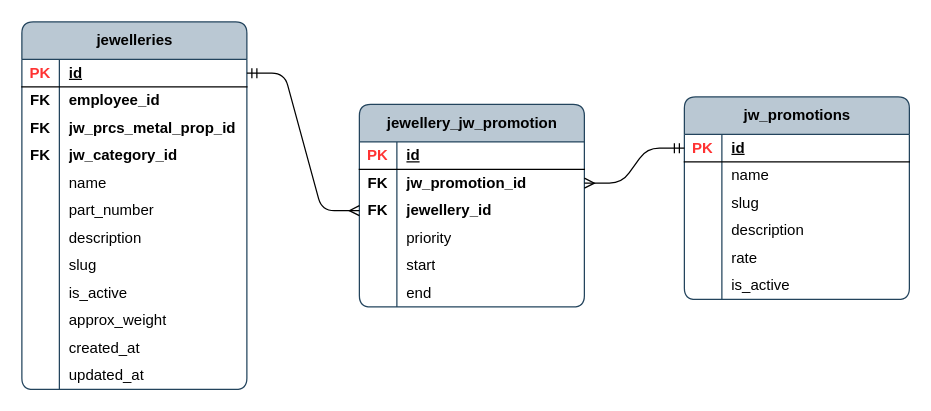
Local-development-environment/msg-brokers-publisher-consumer keeps this draw.io diagram as page "promotion" (8 of 13) of publisher/laravel-app/psql_jewellery_items.drawio. Above is the earlier version. Source tidied: cells renumbered, new cells numbered last; positions are measured from the earlier drawing's top-left corner, leaving out a move shared by most shapes. Both pictures are drawn from the tidied source at 125%, with x=0, y=0 at pixel (21, 21).
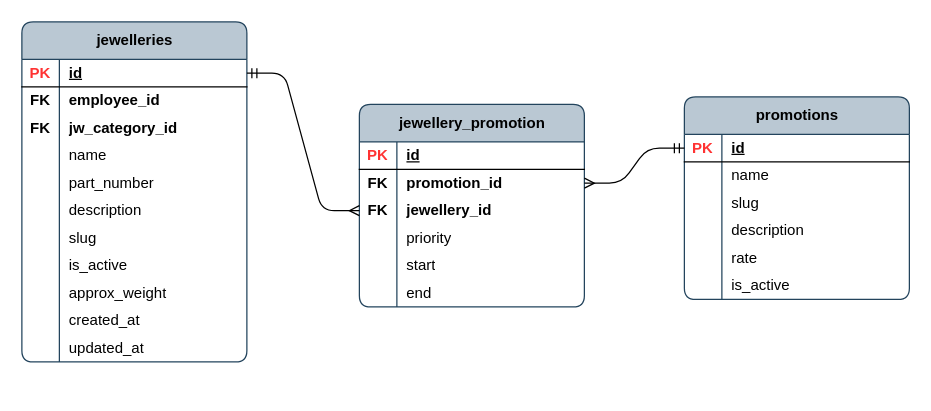
Above is the later version.

Commit message (it also covers changes not shown here):
properties schema was refactored

The change refers to these unchanged cells:
```xml
<mxCell id="43" style="shape=tableRow;horizontal=0;startSize=0;swimlaneHead=0;swimlaneBody=0;fillColor=none;points=[[0,0.5],[1,0.5]];portConstraint=eastwest;top=0;left=0;right=0;bottom=0;rounded=0;" parent="39" vertex="1">
  <mxGeometry y="52" width="180" height="22" as="geometry" />
</mxCell>
```

Diff of the diagram source:
```diff
@@
     <mxCell id="2" value="jewelleries" style="shape=table;startSize=30;childLayout=tableLayout;rowLines=0;fontStyle=1;align=center;html=1;rounded=1;swimlaneFillColor=none;fillColor=#bac8d3;strokeColor=#23445d;columnLines=1;arcSize=10;" parent="1" vertex="1">
-      <mxGeometry width="180" height="294" as="geometry" />
+      <mxGeometry width="180" height="272" as="geometry" />
     </mxCell>
@@
-    <mxCell id="9" style="shape=tableRow;horizontal=0;startSize=0;swimlaneHead=0;swimlaneBody=0;fillColor=none;top=0;left=0;right=0;bottom=0;rounded=1;" parent="2" vertex="1">
-      <mxGeometry y="74" width="180" height="22" as="geometry" />
-    </mxCell>
-    <mxCell id="10" value="&lt;b&gt;FK&lt;/b&gt;" style="shape=partialRectangle;fillColor=none;top=0;left=0;bottom=0;right=0;overflow=hidden;whiteSpace=wrap;html=1;rounded=1;" parent="9" vertex="1">
-      <mxGeometry width="30" height="22" as="geometry" />
-    </mxCell>
-    <mxCell id="11" value="&lt;span style=&quot;font-weight: 700; text-align: center; text-wrap-mode: nowrap;&quot;&gt;jw_prcs_metal_prop_id&lt;/span&gt;" style="shape=partialRectangle;fillColor=none;top=0;left=0;bottom=0;right=0;align=left;spacingLeft=6;overflow=hidden;whiteSpace=wrap;html=1;rounded=1;" parent="9" vertex="1">
-      <mxGeometry x="30" width="150" height="22" as="geometry" />
-    </mxCell>
     <mxCell id="12" style="shape=tableRow;horizontal=0;startSize=0;swimlaneHead=0;swimlaneBody=0;fillColor=none;top=0;left=0;right=0;bottom=0;rounded=1;" parent="2" vertex="1">
-      <mxGeometry y="96" width="180" height="22" as="geometry" />
+      <mxGeometry y="74" width="180" height="22" as="geometry" />
     </mxCell>
@@
     <mxCell id="15" style="shape=tableRow;horizontal=0;startSize=0;swimlaneHead=0;swimlaneBody=0;fillColor=none;top=0;left=0;right=0;bottom=0;rounded=1;" parent="2" vertex="1">
-      <mxGeometry y="118" width="180" height="22" as="geometry" />
+      <mxGeometry y="96" width="180" height="22" as="geometry" />
     </mxCell>
@@
     <mxCell id="18" style="shape=tableRow;horizontal=0;startSize=0;swimlaneHead=0;swimlaneBody=0;fillColor=none;top=0;left=0;right=0;bottom=0;rounded=1;" parent="2" vertex="1">
-      <mxGeometry y="140" width="180" height="22" as="geometry" />
+      <mxGeometry y="118" width="180" height="22" as="geometry" />
     </mxCell>
@@
     <mxCell id="21" style="shape=tableRow;horizontal=0;startSize=0;swimlaneHead=0;swimlaneBody=0;fillColor=none;top=0;left=0;right=0;bottom=0;rounded=1;" parent="2" vertex="1">
-      <mxGeometry y="162" width="180" height="22" as="geometry" />
+      <mxGeometry y="140" width="180" height="22" as="geometry" />
     </mxCell>
@@
     <mxCell id="24" style="shape=tableRow;horizontal=0;startSize=0;swimlaneHead=0;swimlaneBody=0;fillColor=none;top=0;left=0;right=0;bottom=0;rounded=1;" parent="2" vertex="1">
-      <mxGeometry y="184" width="180" height="22" as="geometry" />
+      <mxGeometry y="162" width="180" height="22" as="geometry" />
     </mxCell>
@@
     <mxCell id="27" style="shape=tableRow;horizontal=0;startSize=0;swimlaneHead=0;swimlaneBody=0;fillColor=none;top=0;left=0;right=0;bottom=0;rounded=1;" parent="2" vertex="1">
-      <mxGeometry y="206" width="180" height="22" as="geometry" />
+      <mxGeometry y="184" width="180" height="22" as="geometry" />
     </mxCell>
@@
     <mxCell id="30" style="shape=tableRow;horizontal=0;startSize=0;swimlaneHead=0;swimlaneBody=0;fillColor=none;top=0;left=0;right=0;bottom=0;rounded=1;" parent="2" vertex="1">
-      <mxGeometry y="228" width="180" height="22" as="geometry" />
+      <mxGeometry y="206" width="180" height="22" as="geometry" />
     </mxCell>
@@
     <mxCell id="33" style="shape=tableRow;horizontal=0;startSize=0;swimlaneHead=0;swimlaneBody=0;fillColor=none;top=0;left=0;right=0;bottom=0;rounded=1;" parent="2" vertex="1">
-      <mxGeometry y="250" width="180" height="22" as="geometry" />
+      <mxGeometry y="228" width="180" height="22" as="geometry" />
     </mxCell>
@@
     <mxCell id="36" style="shape=tableRow;horizontal=0;startSize=0;swimlaneHead=0;swimlaneBody=0;fillColor=none;top=0;left=0;right=0;bottom=0;rounded=1;" parent="2" vertex="1">
-      <mxGeometry y="272" width="180" height="22" as="geometry" />
+      <mxGeometry y="250" width="180" height="22" as="geometry" />
     </mxCell>
@@
-    <mxCell id="39" value="jewellery_jw_promotion" style="shape=table;startSize=30;childLayout=tableLayout;rowLines=0;fontStyle=1;align=center;html=1;rounded=1;swimlaneFillColor=none;fillColor=#bac8d3;strokeColor=#23445d;columnLines=1;arcSize=10;" parent="1" vertex="1">
+    <mxCell id="39" value="jewellery_promotion" style="shape=table;startSize=30;childLayout=tableLayout;rowLines=0;fontStyle=1;align=center;html=1;rounded=1;swimlaneFillColor=none;fillColor=#bac8d3;strokeColor=#23445d;columnLines=1;arcSize=10;" parent="1" vertex="1">
       <mxGeometry x="270" y="66" width="180" height="162" as="geometry" />
     </mxCell>
@@
-    <mxCell id="45" value="&lt;b&gt;jw_promotion_id&lt;/b&gt;" style="shape=partialRectangle;fillColor=none;top=0;left=0;bottom=0;right=0;align=left;spacingLeft=6;overflow=hidden;whiteSpace=wrap;html=1;" parent="43" vertex="1">
+    <mxCell id="45" value="&lt;b&gt;promotion_id&lt;/b&gt;" style="shape=partialRectangle;fillColor=none;top=0;left=0;bottom=0;right=0;align=left;spacingLeft=6;overflow=hidden;whiteSpace=wrap;html=1;" parent="43" vertex="1">
       <mxGeometry x="30" width="150" height="22" as="geometry" />
     </mxCell>
@@
-    <mxCell id="58" value="jw_promotions" style="shape=table;startSize=30;childLayout=tableLayout;rowLines=0;fontStyle=1;align=center;html=1;rounded=1;swimlaneFillColor=none;fillColor=#bac8d3;strokeColor=#23445d;columnLines=1;arcSize=10;" parent="1" vertex="1">
+    <mxCell id="58" value="promotions" style="shape=table;startSize=30;childLayout=tableLayout;rowLines=0;fontStyle=1;align=center;html=1;rounded=1;swimlaneFillColor=none;fillColor=#bac8d3;strokeColor=#23445d;columnLines=1;arcSize=10;" parent="1" vertex="1">
       <mxGeometry x="530" y="60" width="180" height="162" as="geometry" />
     </mxCell>
```
